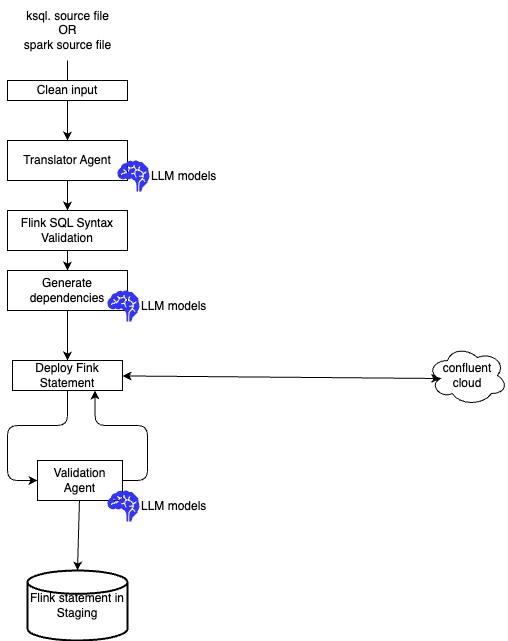
Earlier version of the draw.io export docs/images/ai_agent_new_flow.drawio.png (jbcodeforce/migration-to-flink-skills). Source tidied: cells renumbered, new cells last; positions are measured from the earlier drawing's top-left corner, leaving out a move shared by most shapes. Its diagram source:
```xml
<mxGraphModel>
  <root>
    <mxCell id="0" />
    <mxCell id="1" parent="0" />
    <mxCell id="2" style="edgeStyle=none;html=1;entryX=0.5;entryY=0;entryDx=0;entryDy=0;" parent="1" edge="1" source="3" target="19">
      <mxGeometry relative="1" as="geometry" />
    </mxCell>
    <mxCell id="3" value="Translator Agent" style="rounded=0;whiteSpace=wrap;html=1;" parent="1" vertex="1">
      <mxGeometry y="140" width="120" height="40" as="geometry" />
    </mxCell>
    <mxCell id="4" style="edgeStyle=none;html=1;" parent="1" edge="1" source="5">
      <mxGeometry relative="1" as="geometry">
        <mxPoint x="60" y="100" as="targetPoint" />
      </mxGeometry>
    </mxCell>
    <mxCell id="5" value="ksql. source file&lt;div&gt;OR&lt;/div&gt;&lt;div&gt;spark source file&lt;/div&gt;" style="text;html=1;align=center;verticalAlign=middle;points=[];strokeColor=none;fillColor=none;" parent="1" vertex="1">
      <mxGeometry x="5" width="110" height="60" as="geometry" />
    </mxCell>
    <mxCell id="6" value="&lt;span style=&quot;color: rgb(0, 0, 0);&quot;&gt;Validation Agent&lt;/span&gt;" style="rounded=0;whiteSpace=wrap;html=1;" parent="1" vertex="1">
      <mxGeometry x="30" y="460" width="85" height="40" as="geometry" />
    </mxCell>
    <mxCell id="7" style="edgeStyle=orthogonalEdgeStyle;html=1;entryX=0;entryY=0.5;entryDx=0;entryDy=0;" parent="1" edge="1" source="8" target="6">
      <mxGeometry relative="1" as="geometry">
        <Array as="points">
          <mxPoint x="60" y="425" />
          <mxPoint y="425" />
          <mxPoint y="480" />
        </Array>
      </mxGeometry>
    </mxCell>
    <mxCell id="8" value="Deploy Fink Statement" style="rounded=0;whiteSpace=wrap;html=1;" parent="1" vertex="1">
      <mxGeometry x="5" y="360" width="110" height="30" as="geometry" />
    </mxCell>
    <mxCell id="9" style="edgeStyle=none;html=1;exitX=0.5;exitY=1;exitDx=0;exitDy=0;" parent="1" edge="1" source="20" target="8">
      <mxGeometry relative="1" as="geometry" />
    </mxCell>
    <mxCell id="10" style="edgeStyle=orthogonalEdgeStyle;html=1;entryX=0.75;entryY=1;entryDx=0;entryDy=0;exitX=1;exitY=0.5;exitDx=0;exitDy=0;" parent="1" edge="1" source="6" target="8">
      <mxGeometry relative="1" as="geometry">
        <Array as="points">
          <mxPoint x="140" y="480" />
          <mxPoint x="140" y="425" />
          <mxPoint x="88" y="425" />
        </Array>
      </mxGeometry>
    </mxCell>
    <mxCell id="11" value="Flink statement in Staging" style="strokeWidth=2;html=1;shape=mxgraph.flowchart.database;whiteSpace=wrap;" parent="1" vertex="1">
      <mxGeometry x="20" y="570" width="100" height="70" as="geometry" />
    </mxCell>
    <mxCell id="12" value="LLM models" style="shape=mxgraph.signs.healthcare.brain;html=1;fillColor=#3333FF;strokeColor=none;verticalLabelPosition=middle;verticalAlign=middle;align=left;labelPosition=right;" parent="1" vertex="1">
      <mxGeometry x="110" y="160" width="32" height="31" as="geometry" />
    </mxCell>
    <mxCell id="13" value="LLM models" style="shape=mxgraph.signs.healthcare.brain;html=1;fillColor=#3333FF;strokeColor=none;verticalLabelPosition=middle;verticalAlign=middle;align=left;labelPosition=right;" parent="1" vertex="1">
      <mxGeometry x="100" y="490" width="32" height="31" as="geometry" />
    </mxCell>
    <mxCell id="14" value="confluent cloud" style="ellipse;shape=cloud;whiteSpace=wrap;html=1;" parent="1" vertex="1">
      <mxGeometry x="420" y="345" width="80" height="60" as="geometry" />
    </mxCell>
    <mxCell id="15" style="edgeStyle=none;html=1;entryX=0.16;entryY=0.55;entryDx=0;entryDy=0;entryPerimeter=0;startArrow=classic;startFill=1;" parent="1" edge="1" source="8" target="14">
      <mxGeometry relative="1" as="geometry" />
    </mxCell>
    <mxCell id="16" style="edgeStyle=none;html=1;" parent="1" edge="1" source="17" target="3">
      <mxGeometry relative="1" as="geometry" />
    </mxCell>
    <mxCell id="17" value="Clean input" style="rounded=0;whiteSpace=wrap;html=1;" parent="1" vertex="1">
      <mxGeometry y="80" width="120" height="20" as="geometry" />
    </mxCell>
    <mxCell id="18" style="edgeStyle=none;html=1;exitX=0.5;exitY=1;exitDx=0;exitDy=0;" parent="1" edge="1" source="19" target="20">
      <mxGeometry relative="1" as="geometry" />
    </mxCell>
    <mxCell id="19" value="&lt;span style=&quot;color: rgb(0, 0, 0);&quot;&gt;Flink SQL Syntax Validation&lt;/span&gt;" style="rounded=0;whiteSpace=wrap;html=1;" parent="1" vertex="1">
      <mxGeometry y="210" width="120" height="40" as="geometry" />
    </mxCell>
    <mxCell id="20" value="Generate dependencies" style="rounded=0;whiteSpace=wrap;html=1;" parent="1" vertex="1">
      <mxGeometry y="270" width="120" height="40" as="geometry" />
    </mxCell>
    <mxCell id="21" value="LLM models" style="shape=mxgraph.signs.healthcare.brain;html=1;fillColor=#3333FF;strokeColor=none;verticalLabelPosition=middle;verticalAlign=middle;align=left;labelPosition=right;" parent="1" vertex="1">
      <mxGeometry x="100" y="290" width="32" height="31" as="geometry" />
    </mxCell>
    <mxCell id="22" style="edgeStyle=none;html=1;entryX=0.5;entryY=0;entryDx=0;entryDy=0;entryPerimeter=0;" parent="1" edge="1" source="6" target="11">
      <mxGeometry relative="1" as="geometry" />
    </mxCell>
  </root>
</mxGraphModel>
```
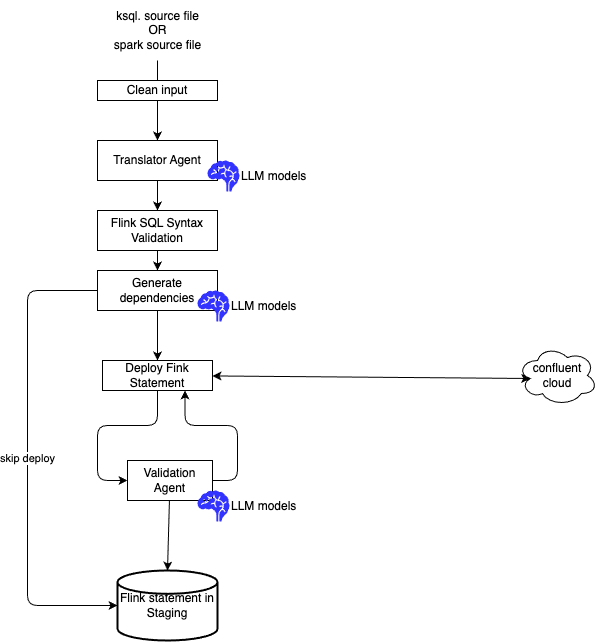
The same file after the commit.

Change to the diagram source:
```diff
@@ -70,6 +70,14 @@
     <mxCell id="19" value="&lt;span style=&quot;color: rgb(0, 0, 0);&quot;&gt;Flink SQL Syntax Validation&lt;/span&gt;" style="rounded=0;whiteSpace=wrap;html=1;" parent="1" vertex="1">
       <mxGeometry y="210" width="120" height="40" as="geometry" />
     </mxCell>
+    <mxCell id="23" value="skip deploy" style="edgeStyle=orthogonalEdgeStyle;html=1;entryX=0;entryY=0.5;entryDx=0;entryDy=0;entryPerimeter=0;" parent="1" edge="1" source="20" target="11">
+      <mxGeometry relative="1" as="geometry">
+        <Array as="points">
+          <mxPoint x="-70" y="290" />
+          <mxPoint x="-70" y="605" />
+        </Array>
+      </mxGeometry>
+    </mxCell>
     <mxCell id="20" value="Generate dependencies" style="rounded=0;whiteSpace=wrap;html=1;" parent="1" vertex="1">
       <mxGeometry y="270" width="120" height="40" as="geometry" />
     </mxCell>
```
